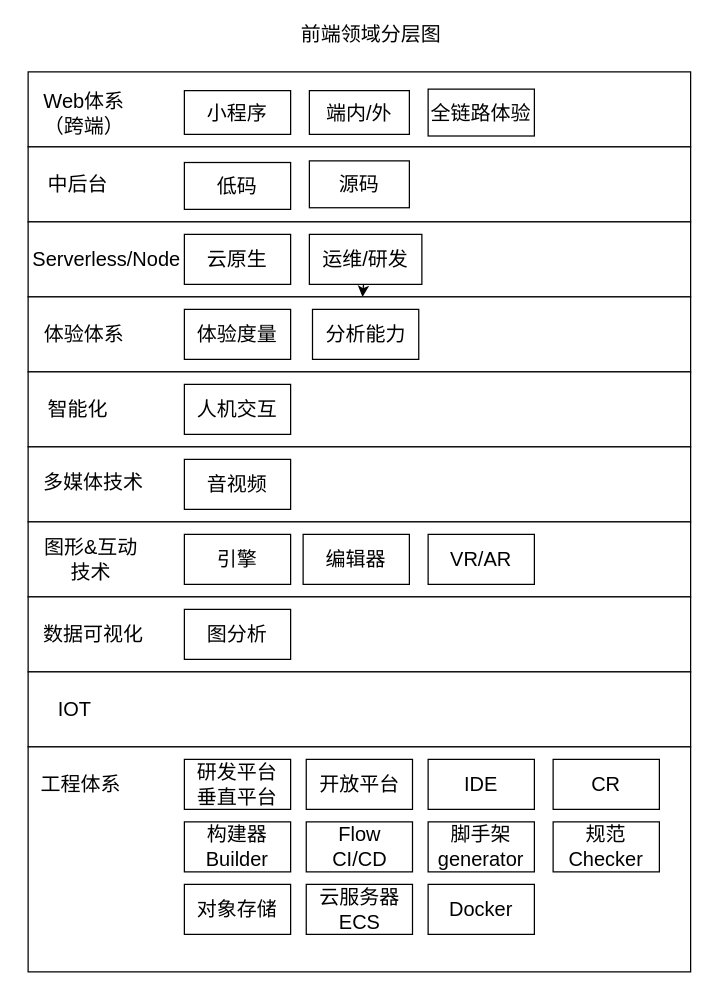
This is public/zh-cn/personal-grow/tech-model.drawio from XingMXTeam/maoxunxing.com, a draw.io file, before an edit. Source tidied: cells renumbered, new cells numbered last; positions are measured from the earlier drawing's top-left corner, leaving out a move shared by most shapes. Both pictures are drawn from the tidied source at 125%, with x=0, y=0 at pixel (21, 21).
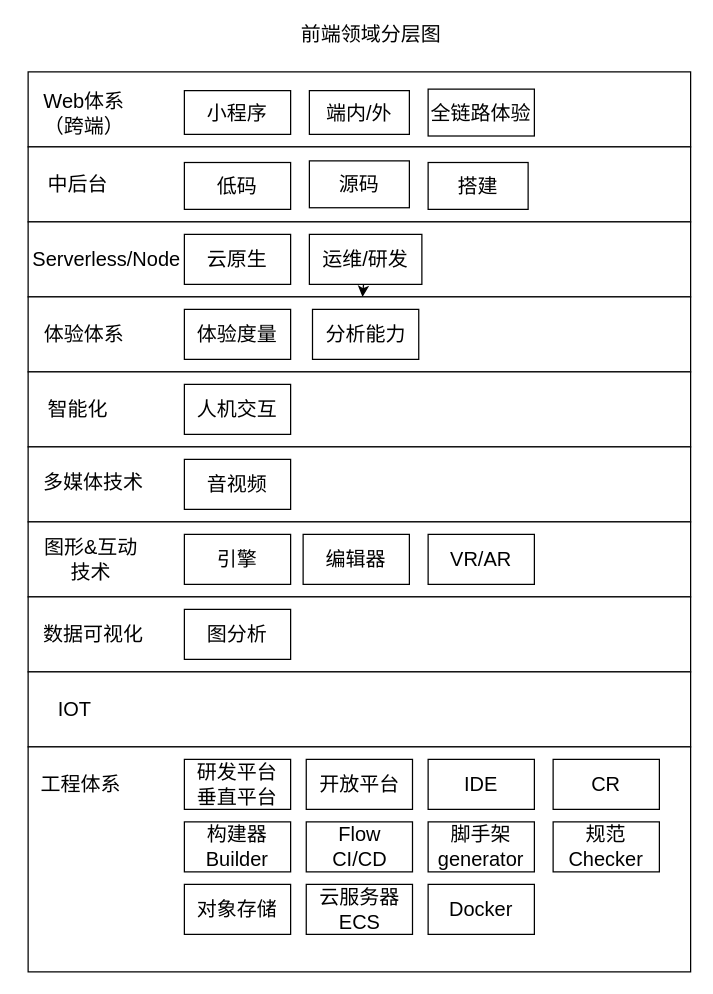
The same diagram, later.

What changed in the source:
```diff
@@
+    <mxCell id="50" value="搭建" style="rounded=0;whiteSpace=wrap;html=1;fontSize=16;" parent="1" vertex="1">
+      <mxGeometry x="325" y="112.5" width="80" height="37.5" as="geometry" />
+    </mxCell>
```
